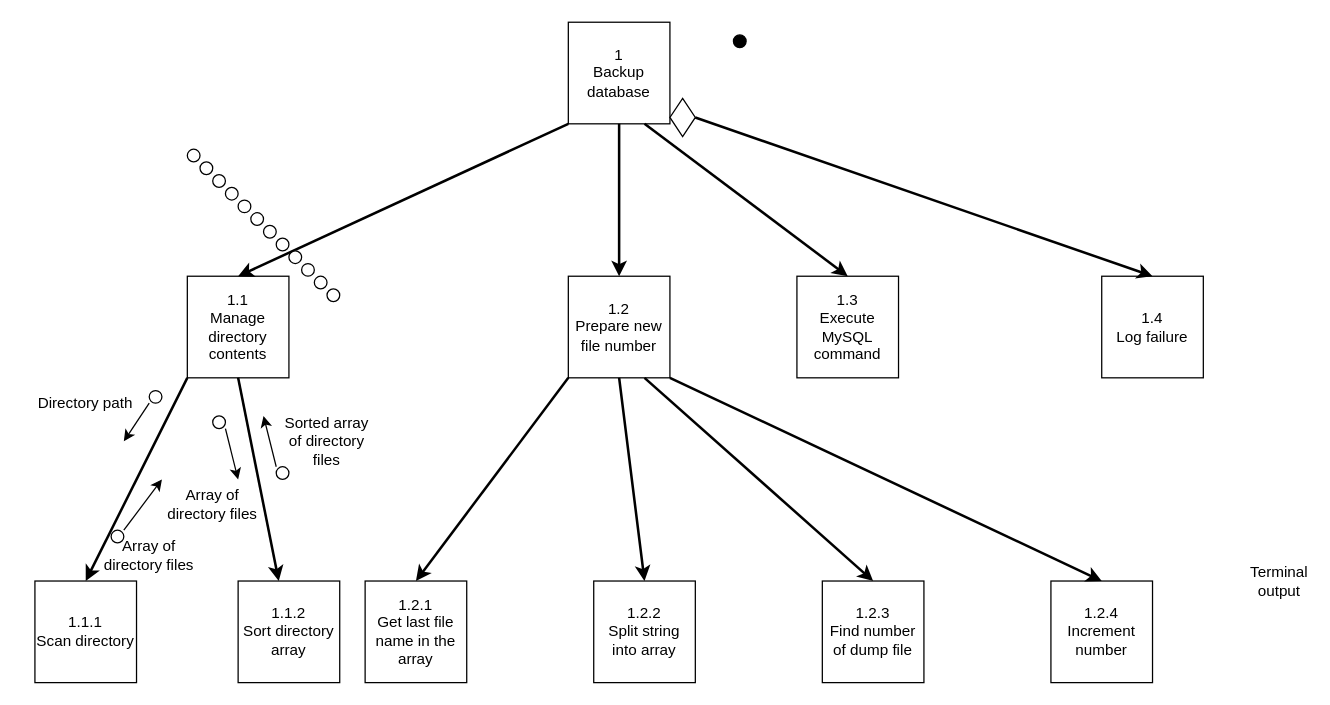
Above: Diagrams/StructureCharts/backupStructDiag.drawio in Harlento/SchedulingSystem (draw.io), before the change. Source tidied: cells renumbered, new cells numbered last; positions are measured from the earlier drawing's top-left corner, leaving out a move shared by most shapes. Both pictures are drawn from the tidied source at 127%, with x=0, y=0 at pixel (22, 22).
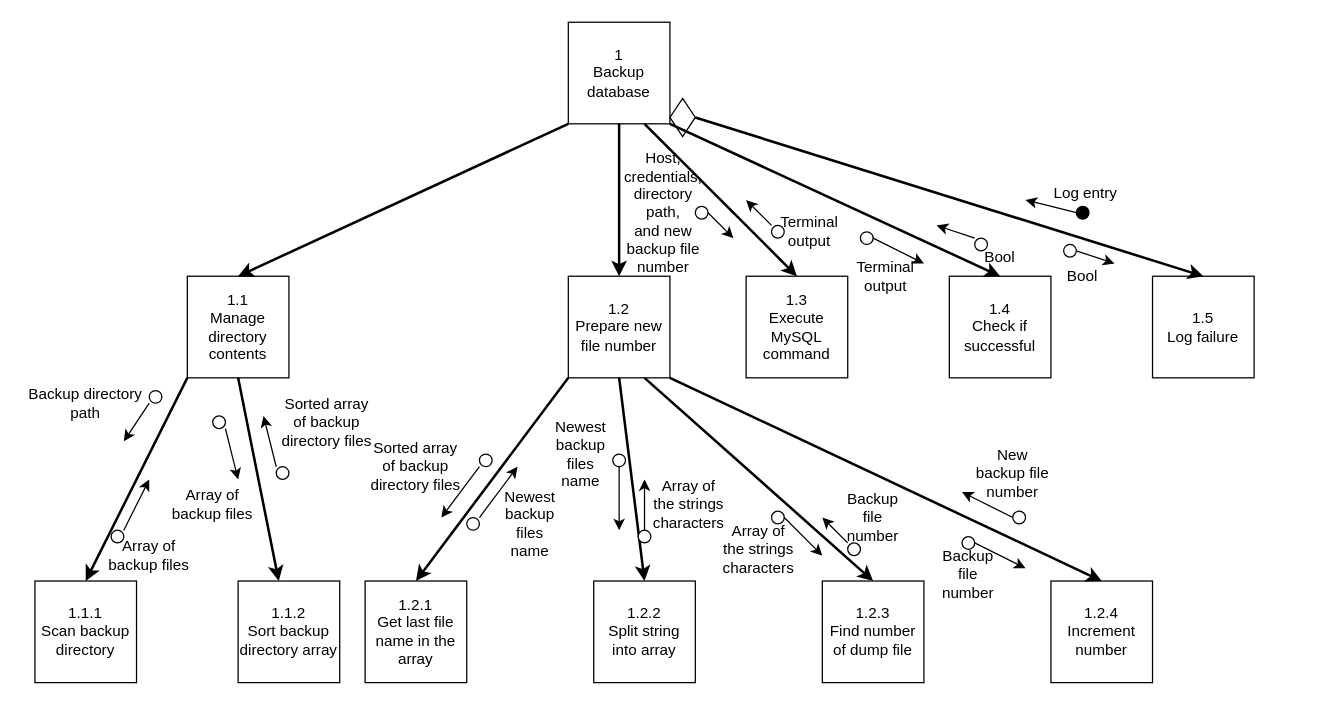
The same page after the edit.

Unchanged cells that the change refers to:
```xml
<mxCell id="2" value="1&lt;br&gt;Backup database" style="whiteSpace=wrap;html=1;" parent="1" vertex="1">
  <mxGeometry x="430" width="80" height="80" as="geometry" />
</mxCell>
```

Change to the diagram source:
```diff
@@
     <mxCell id="4" value="1.3&lt;br&gt;Execute MySQL command" style="whiteSpace=wrap;html=1;" parent="1" vertex="1">
-      <mxGeometry x="610" y="200" width="80" height="80" as="geometry" />
+      <mxGeometry x="570" y="200" width="80" height="80" as="geometry" />
     </mxCell>
-    <mxCell id="5" value="Terminal output" style="text;html=1;strokeColor=none;fillColor=none;align=center;verticalAlign=middle;whiteSpace=wrap;rounded=0;" parent="1" vertex="1">
-      <mxGeometry x="970" y="430" width="40" height="20" as="geometry" />
-    </mxCell>
     <mxCell id="6" style="endArrow=classic;html=1;" parent="1" edge="1">
       <mxGeometry relative="1" as="geometry">
         <mxPoint x="80" y="400" as="sourcePoint" />
-        <mxPoint x="110" y="360" as="targetPoint" />
+        <mxPoint x="100" y="360" as="targetPoint" />
       </mxGeometry>
     </mxCell>
     <mxCell id="7" style="ellipse;whiteSpace=wrap;html=1;" parent="1" vertex="1">
-      <mxGeometry x="130" y="100" width="10" height="10" as="geometry" />
+      <mxGeometry x="750" y="170" width="10" height="10" as="geometry" />
     </mxCell>
     <mxCell id="8" style="ellipse;whiteSpace=wrap;html=1;fillColor=#000000;" parent="1" vertex="1">
-      <mxGeometry x="560" y="10" width="10" height="10" as="geometry" />
+      <mxGeometry x="830" y="145" width="10" height="10" as="geometry" />
     </mxCell>
-    <mxCell id="9" value="1.4&lt;br&gt;Log failure" style="whiteSpace=wrap;html=1;fillColor=#FFFFFF;" parent="1" vertex="1">
-      <mxGeometry x="850" y="200" width="80" height="80" as="geometry" />
+    <mxCell id="9" value="1.5&lt;br&gt;Log failure" style="whiteSpace=wrap;html=1;fillColor=#FFFFFF;" parent="1" vertex="1">
+      <mxGeometry x="890" y="200" width="80" height="80" as="geometry" />
     </mxCell>
-    <mxCell id="10" value="1.1.1&lt;br&gt;Scan directory" style="whiteSpace=wrap;html=1;fillColor=#FFFFFF;" parent="1" vertex="1">
+    <mxCell id="10" value="1.1.1&lt;br&gt;Scan backup directory" style="whiteSpace=wrap;html=1;fillColor=#FFFFFF;" parent="1" vertex="1">
       <mxGeometry x="10" y="440" width="80" height="80" as="geometry" />
     </mxCell>
@@
-    <mxCell id="12" value="Directory path" style="text;html=1;strokeColor=none;fillColor=none;align=center;verticalAlign=middle;whiteSpace=wrap;rounded=0;" parent="1" vertex="1">
+    <mxCell id="12" value="Backup directory path" style="text;html=1;strokeColor=none;fillColor=none;align=center;verticalAlign=middle;whiteSpace=wrap;rounded=0;" parent="1" vertex="1">
       <mxGeometry y="290" width="100" height="20" as="geometry" />
     </mxCell>
-    <mxCell id="13" value="Array of directory files" style="text;html=1;strokeColor=none;fillColor=none;align=center;verticalAlign=middle;whiteSpace=wrap;rounded=0;" parent="1" vertex="1">
+    <mxCell id="13" value="Array of backup files" style="text;html=1;strokeColor=none;fillColor=none;align=center;verticalAlign=middle;whiteSpace=wrap;rounded=0;" parent="1" vertex="1">
       <mxGeometry x="60" y="410" width="80" height="20" as="geometry" />
     </mxCell>
-    <mxCell id="14" value="1.1.2&lt;br&gt;Sort directory array" style="whiteSpace=wrap;html=1;fillColor=#FFFFFF;" parent="1" vertex="1">
+    <mxCell id="14" value="1.1.2&lt;br&gt;Sort backup directory array" style="whiteSpace=wrap;html=1;fillColor=#FFFFFF;" parent="1" vertex="1">
       <mxGeometry x="170" y="440" width="80" height="80" as="geometry" />
     </mxCell>
@@
-    <mxCell id="32" value="Array of directory files" style="text;html=1;strokeColor=none;fillColor=none;align=center;verticalAlign=middle;whiteSpace=wrap;rounded=0;" parent="1" vertex="1">
+    <mxCell id="32" value="Array of backup files" style="text;html=1;strokeColor=none;fillColor=none;align=center;verticalAlign=middle;whiteSpace=wrap;rounded=0;" parent="1" vertex="1">
       <mxGeometry x="110" y="370" width="80" height="20" as="geometry" />
     </mxCell>
@@
-    <mxCell id="35" value="Sorted array of directory files" style="text;html=1;strokeColor=none;fillColor=none;align=center;verticalAlign=middle;whiteSpace=wrap;rounded=0;" parent="1" vertex="1">
-      <mxGeometry x="200" y="320" width="80" height="20" as="geometry" />
+    <mxCell id="35" value="Sorted array of backup directory files" style="text;html=1;strokeColor=none;fillColor=none;align=center;verticalAlign=middle;whiteSpace=wrap;rounded=0;" parent="1" vertex="1">
+      <mxGeometry x="200" y="305" width="80" height="20" as="geometry" />
     </mxCell>
     <mxCell id="36" style="ellipse;whiteSpace=wrap;html=1;" parent="1" vertex="1">
-      <mxGeometry x="140" y="110" width="10" height="10" as="geometry" />
+      <mxGeometry x="660" y="165" width="10" height="10" as="geometry" />
     </mxCell>
     <mxCell id="37" style="ellipse;whiteSpace=wrap;html=1;" parent="1" vertex="1">
-      <mxGeometry x="150" y="120" width="10" height="10" as="geometry" />
+      <mxGeometry x="590" y="160" width="10" height="10" as="geometry" />
     </mxCell>
     <mxCell id="38" style="ellipse;whiteSpace=wrap;html=1;" parent="1" vertex="1">
-      <mxGeometry x="160" y="130" width="10" height="10" as="geometry" />
+      <mxGeometry x="530" y="145" width="10" height="10" as="geometry" />
     </mxCell>
     <mxCell id="39" style="ellipse;whiteSpace=wrap;html=1;" parent="1" vertex="1">
-      <mxGeometry x="170" y="140" width="10" height="10" as="geometry" />
+      <mxGeometry x="780" y="385" width="10" height="10" as="geometry" />
     </mxCell>
     <mxCell id="40" style="ellipse;whiteSpace=wrap;html=1;" parent="1" vertex="1">
-      <mxGeometry x="180" y="150" width="10" height="10" as="geometry" />
+      <mxGeometry x="740" y="405" width="10" height="10" as="geometry" />
     </mxCell>
     <mxCell id="41" style="ellipse;whiteSpace=wrap;html=1;" parent="1" vertex="1">
-      <mxGeometry x="190" y="160" width="10" height="10" as="geometry" />
+      <mxGeometry x="650" y="410" width="10" height="10" as="geometry" />
     </mxCell>
     <mxCell id="42" style="ellipse;whiteSpace=wrap;html=1;" parent="1" vertex="1">
-      <mxGeometry x="200" y="170" width="10" height="10" as="geometry" />
+      <mxGeometry x="590" y="385" width="10" height="10" as="geometry" />
     </mxCell>
     <mxCell id="43" style="ellipse;whiteSpace=wrap;html=1;" parent="1" vertex="1">
-      <mxGeometry x="210" y="180" width="10" height="10" as="geometry" />
+      <mxGeometry x="485" y="400" width="10" height="10" as="geometry" />
     </mxCell>
     <mxCell id="44" style="ellipse;whiteSpace=wrap;html=1;" parent="1" vertex="1">
-      <mxGeometry x="220" y="190" width="10" height="10" as="geometry" />
+      <mxGeometry x="465" y="340" width="10" height="10" as="geometry" />
     </mxCell>
     <mxCell id="45" style="ellipse;whiteSpace=wrap;html=1;" parent="1" vertex="1">
-      <mxGeometry x="230" y="200" width="10" height="10" as="geometry" />
+      <mxGeometry x="350" y="390" width="10" height="10" as="geometry" />
     </mxCell>
     <mxCell id="46" style="ellipse;whiteSpace=wrap;html=1;" parent="1" vertex="1">
-      <mxGeometry x="240" y="210" width="10" height="10" as="geometry" />
+      <mxGeometry x="360" y="340" width="10" height="10" as="geometry" />
     </mxCell>
@@
+    <mxCell id="51" value="Sorted array of backup directory files" style="text;html=1;strokeColor=none;fillColor=none;align=center;verticalAlign=middle;whiteSpace=wrap;rounded=0;" parent="1" vertex="1">
+      <mxGeometry x="270" y="340" width="80" height="20" as="geometry" />
+    </mxCell>
+    <mxCell id="52" style="endArrow=classic;html=1;strokeWidth=1;" parent="1" edge="1">
+      <mxGeometry relative="1" as="geometry">
+        <mxPoint x="360" y="350" as="sourcePoint" />
+        <mxPoint x="330" y="390" as="targetPoint" />
+      </mxGeometry>
+    </mxCell>
+    <mxCell id="53" style="endArrow=classic;html=1;strokeWidth=1;" parent="1" edge="1">
+      <mxGeometry relative="1" as="geometry">
+        <mxPoint x="360" y="390" as="sourcePoint" />
+        <mxPoint x="390" y="350" as="targetPoint" />
+      </mxGeometry>
+    </mxCell>
+    <mxCell id="54" style="endArrow=classic;html=1;strokeWidth=1;" parent="1" edge="1">
+      <mxGeometry relative="1" as="geometry">
+        <mxPoint x="360" y="390" as="sourcePoint" />
+        <mxPoint x="360" y="390" as="targetPoint" />
+      </mxGeometry>
+    </mxCell>
+    <mxCell id="55" value="Newest backup files name" style="text;html=1;strokeColor=none;fillColor=none;align=center;verticalAlign=middle;whiteSpace=wrap;rounded=0;" parent="1" vertex="1">
+      <mxGeometry x="380" y="385" width="40" height="20" as="geometry" />
+    </mxCell>
+    <mxCell id="56" style="endArrow=classic;html=1;strokeWidth=1;" parent="1" edge="1">
+      <mxGeometry relative="1" as="geometry">
+        <mxPoint x="470" y="350" as="sourcePoint" />
+        <mxPoint x="470" y="400" as="targetPoint" />
+      </mxGeometry>
+    </mxCell>
+    <mxCell id="57" value="Newest backup files name" style="text;html=1;strokeColor=none;fillColor=none;align=center;verticalAlign=middle;whiteSpace=wrap;rounded=0;" parent="1" vertex="1">
+      <mxGeometry x="420" y="330" width="40" height="20" as="geometry" />
+    </mxCell>
+    <mxCell id="58" style="endArrow=classic;html=1;strokeWidth=1;" parent="1" edge="1">
+      <mxGeometry relative="1" as="geometry">
+        <mxPoint x="490" y="400" as="sourcePoint" />
+        <mxPoint x="490" y="360" as="targetPoint" />
+      </mxGeometry>
+    </mxCell>
+    <mxCell id="59" value="Array of the strings characters" style="text;html=1;strokeColor=none;fillColor=none;align=center;verticalAlign=middle;whiteSpace=wrap;rounded=0;" parent="1" vertex="1">
+      <mxGeometry x="495" y="370" width="60" height="20" as="geometry" />
+    </mxCell>
+    <mxCell id="60" style="endArrow=classic;html=1;strokeWidth=1;" parent="1" edge="1">
+      <mxGeometry relative="1" as="geometry">
+        <mxPoint x="600" y="390" as="sourcePoint" />
+        <mxPoint x="630" y="420" as="targetPoint" />
+      </mxGeometry>
+    </mxCell>
+    <mxCell id="61" value="Array of the strings characters" style="text;html=1;strokeColor=none;fillColor=none;align=center;verticalAlign=middle;whiteSpace=wrap;rounded=0;" parent="1" vertex="1">
+      <mxGeometry x="550" y="405" width="60" height="20" as="geometry" />
+    </mxCell>
+    <mxCell id="62" style="endArrow=classic;html=1;strokeWidth=1;" parent="1" edge="1">
+      <mxGeometry relative="1" as="geometry">
+        <mxPoint x="650" y="410" as="sourcePoint" />
+        <mxPoint x="630" y="390" as="targetPoint" />
+      </mxGeometry>
+    </mxCell>
+    <mxCell id="63" value="Backup file number" style="text;html=1;strokeColor=none;fillColor=none;align=center;verticalAlign=middle;whiteSpace=wrap;rounded=0;" parent="1" vertex="1">
+      <mxGeometry x="650" y="380" width="40" height="20" as="geometry" />
+    </mxCell>
+    <mxCell id="64" style="endArrow=classic;html=1;strokeWidth=1;" parent="1" edge="1">
+      <mxGeometry relative="1" as="geometry">
+        <mxPoint x="750" y="410" as="sourcePoint" />
+        <mxPoint x="790" y="430" as="targetPoint" />
+      </mxGeometry>
+    </mxCell>
+    <mxCell id="65" value="Backup file number" style="text;html=1;strokeColor=none;fillColor=none;align=center;verticalAlign=middle;whiteSpace=wrap;rounded=0;" parent="1" vertex="1">
+      <mxGeometry x="715" y="425" width="60" height="20" as="geometry" />
+    </mxCell>
+    <mxCell id="66" value="New backup file number" style="text;html=1;strokeColor=none;fillColor=none;align=center;verticalAlign=middle;whiteSpace=wrap;rounded=0;" parent="1" vertex="1">
+      <mxGeometry x="750" y="345" width="60" height="20" as="geometry" />
+    </mxCell>
+    <mxCell id="67" style="endArrow=classic;html=1;strokeWidth=1;" parent="1" edge="1">
+      <mxGeometry relative="1" as="geometry">
+        <mxPoint x="780" y="390" as="sourcePoint" />
+        <mxPoint x="740" y="370" as="targetPoint" />
+      </mxGeometry>
+    </mxCell>
+    <mxCell id="68" value="1.4&lt;br&gt;Check if successful" style="whiteSpace=wrap;html=1;fillColor=#FFFFFF;" parent="1" vertex="1">
+      <mxGeometry x="730" y="200" width="80" height="80" as="geometry" />
+    </mxCell>
+    <mxCell id="69" style="endArrow=classic;html=1;strokeWidth=2;entryX=0.5;entryY=0;entryDx=0;entryDy=0;exitX=1;exitY=1;exitDx=0;exitDy=0;" parent="1" edge="1" source="2" target="68">
+      <mxGeometry relative="1" as="geometry" />
+    </mxCell>
+    <mxCell id="70" style="endArrow=classic;html=1;strokeWidth=1;" parent="1" edge="1">
+      <mxGeometry relative="1" as="geometry">
+        <mxPoint x="540" y="150" as="sourcePoint" />
+        <mxPoint x="560" y="170" as="targetPoint" />
+      </mxGeometry>
+    </mxCell>
+    <mxCell id="71" style="endArrow=classic;html=1;strokeWidth=1;" parent="1" edge="1">
+      <mxGeometry relative="1" as="geometry">
+        <mxPoint x="590" y="160" as="sourcePoint" />
+        <mxPoint x="570" y="140" as="targetPoint" />
+      </mxGeometry>
+    </mxCell>
+    <mxCell id="72" style="endArrow=classic;html=1;strokeWidth=1;" parent="1" edge="1">
+      <mxGeometry relative="1" as="geometry">
+        <mxPoint x="670" y="170" as="sourcePoint" />
+        <mxPoint x="710" y="190" as="targetPoint" />
+      </mxGeometry>
+    </mxCell>
+    <mxCell id="73" style="endArrow=classic;html=1;strokeWidth=1;" parent="1" edge="1">
+      <mxGeometry relative="1" as="geometry">
+        <mxPoint x="750" y="170" as="sourcePoint" />
+        <mxPoint x="720" y="160" as="targetPoint" />
+      </mxGeometry>
+    </mxCell>
+    <mxCell id="74" style="endArrow=classic;html=1;strokeWidth=1;" parent="1" edge="1">
+      <mxGeometry relative="1" as="geometry">
+        <mxPoint x="830" y="180" as="sourcePoint" />
+        <mxPoint x="860" y="190" as="targetPoint" />
+      </mxGeometry>
+    </mxCell>
+    <mxCell id="75" style="endArrow=classic;html=1;strokeWidth=1;" parent="1" edge="1">
+      <mxGeometry relative="1" as="geometry">
+        <mxPoint x="830" y="150" as="sourcePoint" />
+        <mxPoint x="790" y="140" as="targetPoint" />
+      </mxGeometry>
+    </mxCell>
+    <mxCell id="76" value="Host, credentials,&lt;br&gt;directory&lt;br&gt;path,&lt;br&gt;and new backup file number" style="text;html=1;strokeColor=none;fillColor=none;align=center;verticalAlign=middle;whiteSpace=wrap;rounded=0;" parent="1" vertex="1">
+      <mxGeometry x="485" y="140" width="40" height="20" as="geometry" />
+    </mxCell>
+    <mxCell id="77" value="Terminal output" style="text;html=1;strokeColor=none;fillColor=none;align=center;verticalAlign=middle;whiteSpace=wrap;rounded=0;" parent="1" vertex="1">
+      <mxGeometry x="590" y="155" width="60" height="20" as="geometry" />
+    </mxCell>
+    <mxCell id="78" value="Terminal output" style="text;html=1;strokeColor=none;fillColor=none;align=center;verticalAlign=middle;whiteSpace=wrap;rounded=0;" parent="1" vertex="1">
+      <mxGeometry x="660" y="190" width="40" height="20" as="geometry" />
+    </mxCell>
+    <mxCell id="79" value="Bool" style="text;html=1;strokeColor=none;fillColor=none;align=center;verticalAlign=middle;whiteSpace=wrap;rounded=0;" parent="1" vertex="1">
+      <mxGeometry x="750" y="175" width="40" height="20" as="geometry" />
+    </mxCell>
+    <mxCell id="80" style="ellipse;whiteSpace=wrap;html=1;" parent="1" vertex="1">
+      <mxGeometry x="820" y="175" width="10" height="10" as="geometry" />
+    </mxCell>
+    <mxCell id="81" value="Bool" style="text;html=1;strokeColor=none;fillColor=none;align=center;verticalAlign=middle;whiteSpace=wrap;rounded=0;" parent="1" vertex="1">
+      <mxGeometry x="815" y="190" width="40" height="20" as="geometry" />
+    </mxCell>
+    <mxCell id="82" value="Log entry" style="text;html=1;strokeColor=none;fillColor=none;align=center;verticalAlign=middle;whiteSpace=wrap;rounded=0;" parent="1" vertex="1">
+      <mxGeometry x="785" y="125" width="105" height="20" as="geometry" />
+    </mxCell>
```
